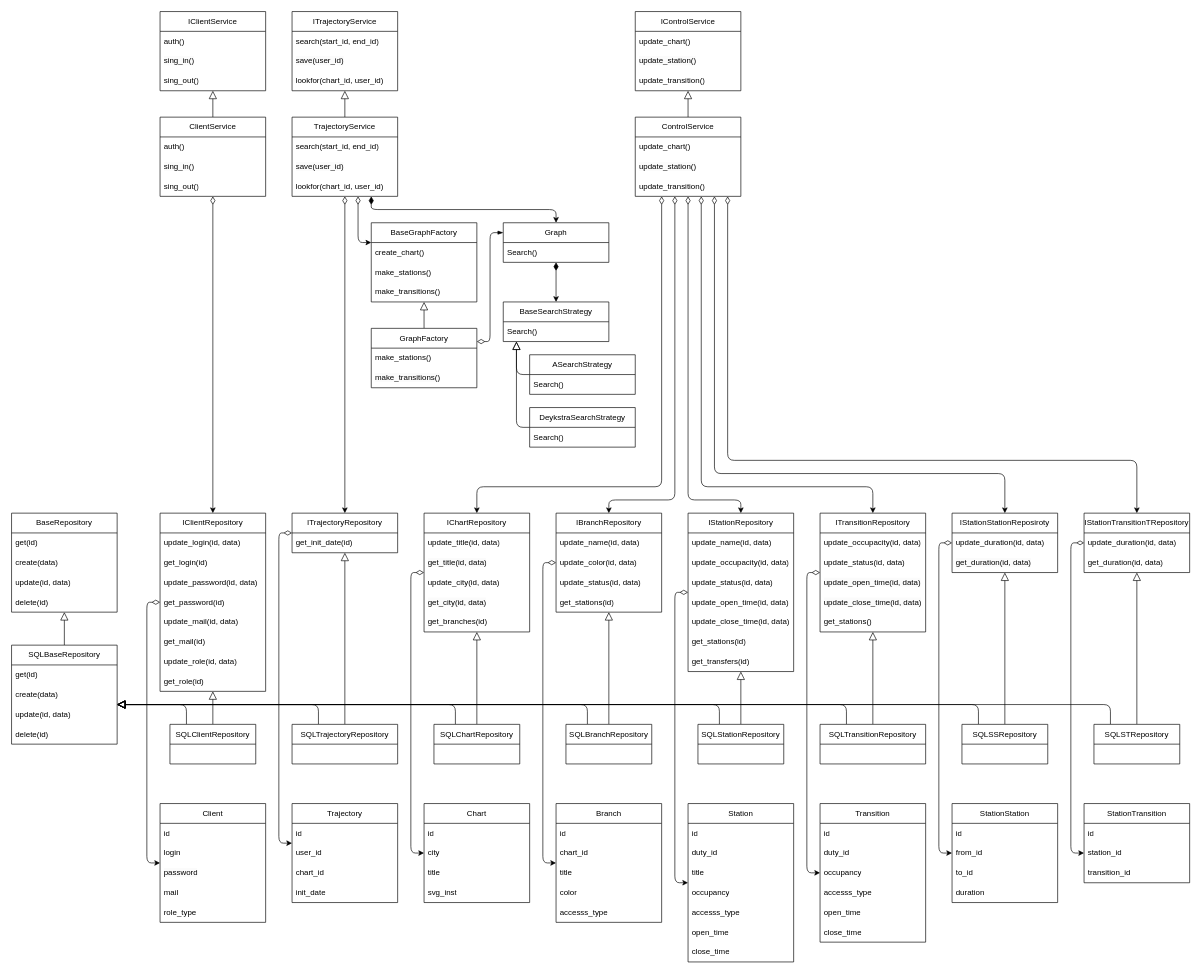
This is charts/UML_BusinessLogic.drawio from Mihyich/PPO, a draw.io file, before an edit. Source tidied: cells renumbered, new cells numbered last; positions are measured from the earlier drawing's top-left corner, leaving out a move shared by most shapes. Both pictures are drawn from the tidied source at 66%, with x=0, y=0 at pixel (11, 11).
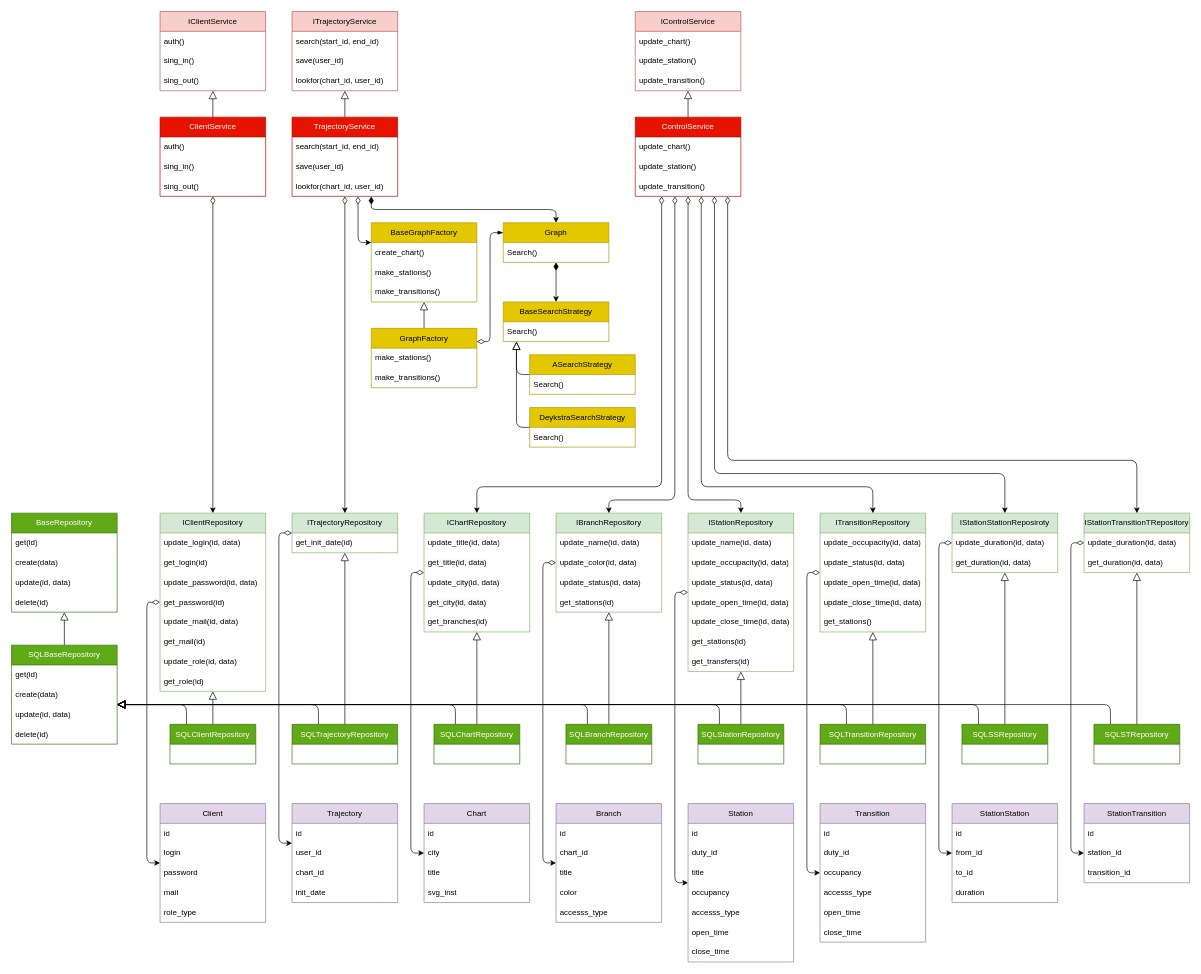
The same page after the edit.

Commit message:
Добавлено выделение цветом uml классов в диаграмме бизнес логики

The edit, as a diff of the source:
```diff
@@
-    <mxCell id="2" value="BaseGraphFactory" style="swimlane;fontStyle=0;horizontal=1;startSize=30;whiteSpace=wrap;html=1;" parent="1" vertex="1">
+    <mxCell id="2" value="BaseGraphFactory" style="swimlane;fontStyle=0;horizontal=1;startSize=30;whiteSpace=wrap;html=1;fillColor=#e3c800;fontColor=#000000;strokeColor=#B09500;" parent="1" vertex="1">
       <mxGeometry x="545" y="320" width="160" height="120" as="geometry" />
     </mxCell>
@@
-    <mxCell id="7" value="GraphFactory" style="swimlane;fontStyle=0;horizontal=1;startSize=30;whiteSpace=wrap;html=1;" parent="1" vertex="1">
+    <mxCell id="7" value="GraphFactory" style="swimlane;fontStyle=0;horizontal=1;startSize=30;whiteSpace=wrap;html=1;fillColor=#e3c800;fontColor=#000000;strokeColor=#B09500;" parent="1" vertex="1">
       <mxGeometry x="545" y="480" width="160" height="90" as="geometry" />
     </mxCell>
@@
-    <mxCell id="11" value="Graph" style="swimlane;fontStyle=0;horizontal=1;startSize=30;whiteSpace=wrap;html=1;" parent="1" vertex="1">
+    <mxCell id="11" value="Graph" style="swimlane;fontStyle=0;horizontal=1;startSize=30;whiteSpace=wrap;html=1;fillColor=#e3c800;fontColor=#000000;strokeColor=#B09500;" parent="1" vertex="1">
       <mxGeometry x="745" y="320" width="160" height="60" as="geometry" />
     </mxCell>
@@
-    <mxCell id="14" value="BaseSearchStrategy" style="swimlane;fontStyle=0;horizontal=1;startSize=30;whiteSpace=wrap;html=1;" parent="1" vertex="1">
+    <mxCell id="14" value="BaseSearchStrategy" style="swimlane;fontStyle=0;horizontal=1;startSize=30;whiteSpace=wrap;html=1;fillColor=#e3c800;fontColor=#000000;strokeColor=#B09500;" parent="1" vertex="1">
       <mxGeometry x="745" y="440" width="160" height="60" as="geometry" />
     </mxCell>
@@
-    <mxCell id="17" value="DeykstraSearchStrategy" style="swimlane;fontStyle=0;horizontal=1;startSize=30;whiteSpace=wrap;html=1;" parent="1" vertex="1">
+    <mxCell id="17" value="DeykstraSearchStrategy" style="swimlane;fontStyle=0;horizontal=1;startSize=30;whiteSpace=wrap;html=1;fillColor=#e3c800;fontColor=#000000;strokeColor=#B09500;" parent="1" vertex="1">
       <mxGeometry x="785" y="600" width="160" height="60" as="geometry" />
     </mxCell>
@@
-    <mxCell id="20" value="ASearchStrategy" style="swimlane;fontStyle=0;horizontal=1;startSize=30;whiteSpace=wrap;html=1;" parent="1" vertex="1">
+    <mxCell id="20" value="ASearchStrategy" style="swimlane;fontStyle=0;horizontal=1;startSize=30;whiteSpace=wrap;html=1;fillColor=#e3c800;fontColor=#000000;strokeColor=#B09500;" parent="1" vertex="1">
       <mxGeometry x="785" y="520" width="160" height="60" as="geometry" />
     </mxCell>
@@
-    <mxCell id="22" value="Client" style="swimlane;fontStyle=0;horizontal=1;startSize=30;whiteSpace=wrap;html=1;" parent="1" vertex="1">
+    <mxCell id="22" value="Client" style="swimlane;fontStyle=0;horizontal=1;startSize=30;whiteSpace=wrap;html=1;fillColor=#e1d5e7;strokeColor=#9673a6;swimlaneFillColor=none;fillStyle=solid;" parent="1" vertex="1">
       <mxGeometry x="225" y="1200" width="160" height="180" as="geometry" />
     </mxCell>
@@
-    <mxCell id="28" value="IClientService" style="swimlane;fontStyle=0;horizontal=1;startSize=30;whiteSpace=wrap;html=1;" parent="1" vertex="1">
+    <mxCell id="28" value="IClientService" style="swimlane;fontStyle=0;horizontal=1;startSize=30;whiteSpace=wrap;html=1;fillColor=#f8cecc;strokeColor=#b85450;" parent="1" vertex="1">
       <mxGeometry x="225" width="160" height="120" as="geometry" />
     </mxCell>
@@
-    <mxCell id="34" value="ClientService" style="swimlane;fontStyle=0;horizontal=1;startSize=30;whiteSpace=wrap;html=1;" parent="1" vertex="1">
+    <mxCell id="34" value="ClientService" style="swimlane;fontStyle=0;horizontal=1;startSize=30;whiteSpace=wrap;html=1;fillColor=#e51400;fontColor=#ffffff;strokeColor=#B20000;" parent="1" vertex="1">
       <mxGeometry x="225" y="160" width="160" height="120" as="geometry" />
     </mxCell>
@@
-    <mxCell id="39" value="SQLBaseRepository" style="swimlane;fontStyle=0;horizontal=1;startSize=30;whiteSpace=wrap;html=1;" parent="1" vertex="1">
+    <mxCell id="39" value="SQLBaseRepository" style="swimlane;fontStyle=0;horizontal=1;startSize=30;whiteSpace=wrap;html=1;fillColor=#60a917;fontColor=#ffffff;strokeColor=#2D7600;" parent="1" vertex="1">
       <mxGeometry y="960" width="160" height="150" as="geometry" />
     </mxCell>
@@
-    <mxCell id="45" value="IClientRepository" style="swimlane;fontStyle=0;horizontal=1;startSize=30;whiteSpace=wrap;html=1;swimlaneFillColor=none;fillStyle=auto;" parent="1" vertex="1">
+    <mxCell id="45" value="IClientRepository" style="swimlane;fontStyle=0;horizontal=1;startSize=30;whiteSpace=wrap;html=1;swimlaneFillColor=none;fillStyle=auto;fillColor=#d5e8d4;strokeColor=#82b366;" parent="1" vertex="1">
       <mxGeometry x="225" y="760" width="160" height="270" as="geometry" />
     </mxCell>
@@
-    <mxCell id="55" value="ITrajectoryRepository" style="swimlane;fontStyle=0;horizontal=1;startSize=30;whiteSpace=wrap;html=1;swimlaneFillColor=none;fillStyle=auto;" parent="1" vertex="1">
+    <mxCell id="55" value="ITrajectoryRepository" style="swimlane;fontStyle=0;horizontal=1;startSize=30;whiteSpace=wrap;html=1;swimlaneFillColor=none;fillStyle=auto;fillColor=#d5e8d4;strokeColor=#82b366;" parent="1" vertex="1">
       <mxGeometry x="425" y="760" width="160" height="60" as="geometry" />
     </mxCell>
@@
-    <mxCell id="58" value="IChartRepository" style="swimlane;fontStyle=0;horizontal=1;startSize=30;whiteSpace=wrap;html=1;swimlaneFillColor=none;fillStyle=auto;" parent="1" vertex="1">
+    <mxCell id="58" value="IChartRepository" style="swimlane;fontStyle=0;horizontal=1;startSize=30;whiteSpace=wrap;html=1;swimlaneFillColor=none;fillStyle=auto;fillColor=#d5e8d4;strokeColor=#82b366;" parent="1" vertex="1">
       <mxGeometry x="625" y="760" width="160" height="180" as="geometry" />
     </mxCell>
@@
-    <mxCell id="65" value="IBranchRepository" style="swimlane;fontStyle=0;horizontal=1;startSize=30;whiteSpace=wrap;html=1;swimlaneFillColor=none;fillStyle=auto;" parent="1" vertex="1">
+    <mxCell id="65" value="IBranchRepository" style="swimlane;fontStyle=0;horizontal=1;startSize=30;whiteSpace=wrap;html=1;swimlaneFillColor=none;fillStyle=auto;fillColor=#d5e8d4;strokeColor=#82b366;" parent="1" vertex="1">
       <mxGeometry x="825" y="760" width="160" height="150" as="geometry" />
     </mxCell>
@@
-    <mxCell id="71" value="IStationRepository" style="swimlane;fontStyle=0;horizontal=1;startSize=30;whiteSpace=wrap;html=1;swimlaneFillColor=none;fillStyle=auto;" parent="1" vertex="1">
+    <mxCell id="71" value="IStationRepository" style="swimlane;fontStyle=0;horizontal=1;startSize=30;whiteSpace=wrap;html=1;swimlaneFillColor=none;fillStyle=auto;fillColor=#d5e8d4;strokeColor=#82b366;" parent="1" vertex="1">
       <mxGeometry x="1025" y="760" width="160" height="240" as="geometry" />
     </mxCell>
@@
-    <mxCell id="80" value="ITransitionRepository" style="swimlane;fontStyle=0;horizontal=1;startSize=30;whiteSpace=wrap;html=1;swimlaneFillColor=none;fillStyle=auto;" parent="1" vertex="1">
+    <mxCell id="80" value="ITransitionRepository" style="swimlane;fontStyle=0;horizontal=1;startSize=30;whiteSpace=wrap;html=1;swimlaneFillColor=none;fillStyle=auto;fillColor=#d5e8d4;strokeColor=#82b366;" parent="1" vertex="1">
       <mxGeometry x="1225" y="760" width="160" height="180" as="geometry" />
     </mxCell>
@@
-    <mxCell id="88" value="SQLClientRepository" style="swimlane;fontStyle=0;horizontal=1;startSize=30;whiteSpace=wrap;html=1;" parent="1" vertex="1">
+    <mxCell id="88" value="SQLClientRepository" style="swimlane;fontStyle=0;horizontal=1;startSize=30;whiteSpace=wrap;html=1;fillColor=#60a917;fontColor=#ffffff;strokeColor=#2D7600;" parent="1" vertex="1">
       <mxGeometry x="240" y="1080" width="130" height="60" as="geometry" />
     </mxCell>
@@
-    <mxCell id="91" value="SQLTrajectoryRepository" style="swimlane;fontStyle=0;horizontal=1;startSize=30;whiteSpace=wrap;html=1;" parent="1" vertex="1">
+    <mxCell id="91" value="SQLTrajectoryRepository" style="swimlane;fontStyle=0;horizontal=1;startSize=30;whiteSpace=wrap;html=1;fillColor=#60a917;fontColor=#ffffff;strokeColor=#2D7600;" parent="1" vertex="1">
       <mxGeometry x="425" y="1080" width="160" height="60" as="geometry" />
     </mxCell>
@@
-    <mxCell id="94" value="SQLChartRepository" style="swimlane;fontStyle=0;horizontal=1;startSize=30;whiteSpace=wrap;html=1;" parent="1" vertex="1">
+    <mxCell id="94" value="SQLChartRepository" style="swimlane;fontStyle=0;horizontal=1;startSize=30;whiteSpace=wrap;html=1;fillColor=#60a917;fontColor=#ffffff;strokeColor=#2D7600;" parent="1" vertex="1">
       <mxGeometry x="640" y="1080" width="130" height="60" as="geometry" />
     </mxCell>
@@
-    <mxCell id="97" value="SQLBranchRepository" style="swimlane;fontStyle=0;horizontal=1;startSize=30;whiteSpace=wrap;html=1;" parent="1" vertex="1">
+    <mxCell id="97" value="SQLBranchRepository" style="swimlane;fontStyle=0;horizontal=1;startSize=30;whiteSpace=wrap;html=1;fillColor=#60a917;fontColor=#ffffff;strokeColor=#2D7600;" parent="1" vertex="1">
       <mxGeometry x="840" y="1080" width="130" height="60" as="geometry" />
     </mxCell>
@@
-    <mxCell id="100" value="SQLStationRepository" style="swimlane;fontStyle=0;horizontal=1;startSize=30;whiteSpace=wrap;html=1;" parent="1" vertex="1">
+    <mxCell id="100" value="SQLStationRepository" style="swimlane;fontStyle=0;horizontal=1;startSize=30;whiteSpace=wrap;html=1;fillColor=#60a917;fontColor=#ffffff;strokeColor=#2D7600;" parent="1" vertex="1">
       <mxGeometry x="1040" y="1080" width="130" height="60" as="geometry" />
     </mxCell>
@@
-    <mxCell id="103" value="SQLTransitionRepository" style="swimlane;fontStyle=0;horizontal=1;startSize=30;whiteSpace=wrap;html=1;" parent="1" vertex="1">
+    <mxCell id="103" value="SQLTransitionRepository" style="swimlane;fontStyle=0;horizontal=1;startSize=30;whiteSpace=wrap;html=1;fillColor=#60a917;fontColor=#ffffff;strokeColor=#2D7600;" parent="1" vertex="1">
       <mxGeometry x="1225" y="1080" width="160" height="60" as="geometry" />
     </mxCell>
-    <mxCell id="104" value="BaseRepository" style="swimlane;fontStyle=0;horizontal=1;startSize=30;whiteSpace=wrap;html=1;" parent="1" vertex="1">
+    <mxCell id="104" value="BaseRepository" style="swimlane;fontStyle=0;horizontal=1;startSize=30;whiteSpace=wrap;html=1;fillColor=#60a917;fontColor=#ffffff;strokeColor=#2D7600;" parent="1" vertex="1">
       <mxGeometry y="760" width="160" height="150" as="geometry" />
     </mxCell>
@@
-    <mxCell id="110" value="IStationStationReposiroty" style="swimlane;fontStyle=0;horizontal=1;startSize=30;whiteSpace=wrap;html=1;swimlaneFillColor=none;fillStyle=auto;" parent="1" vertex="1">
+    <mxCell id="110" value="IStationStationReposiroty" style="swimlane;fontStyle=0;horizontal=1;startSize=30;whiteSpace=wrap;html=1;swimlaneFillColor=none;fillStyle=auto;fillColor=#d5e8d4;strokeColor=#82b366;" parent="1" vertex="1">
       <mxGeometry x="1425" y="760" width="160" height="90" as="geometry" />
     </mxCell>
@@
-    <mxCell id="114" value="IStationTransitionTRepository" style="swimlane;fontStyle=0;horizontal=1;startSize=30;whiteSpace=wrap;html=1;swimlaneFillColor=none;fillStyle=auto;" parent="1" vertex="1">
+    <mxCell id="114" value="IStationTransitionTRepository" style="swimlane;fontStyle=0;horizontal=1;startSize=30;whiteSpace=wrap;html=1;swimlaneFillColor=none;fillStyle=auto;fillColor=#d5e8d4;strokeColor=#82b366;" parent="1" vertex="1">
       <mxGeometry x="1625" y="760" width="160" height="90" as="geometry" />
     </mxCell>
@@
-    <mxCell id="119" value="SQLSSRepository" style="swimlane;fontStyle=0;horizontal=1;startSize=30;whiteSpace=wrap;html=1;" parent="1" vertex="1">
+    <mxCell id="119" value="SQLSSRepository" style="swimlane;fontStyle=0;horizontal=1;startSize=30;whiteSpace=wrap;html=1;fillColor=#60a917;fontColor=#ffffff;strokeColor=#2D7600;" parent="1" vertex="1">
       <mxGeometry x="1440" y="1080" width="130" height="60" as="geometry" />
     </mxCell>
@@
-    <mxCell id="122" value="SQLSTRepository" style="swimlane;fontStyle=0;horizontal=1;startSize=30;whiteSpace=wrap;html=1;" parent="1" vertex="1">
+    <mxCell id="122" value="SQLSTRepository" style="swimlane;fontStyle=0;horizontal=1;startSize=30;whiteSpace=wrap;html=1;fillColor=#60a917;fontColor=#ffffff;strokeColor=#2D7600;" parent="1" vertex="1">
       <mxGeometry x="1640" y="1080" width="130" height="60" as="geometry" />
     </mxCell>
-    <mxCell id="123" value="ITrajectoryService" style="swimlane;fontStyle=0;horizontal=1;startSize=30;whiteSpace=wrap;html=1;" parent="1" vertex="1">
+    <mxCell id="123" value="ITrajectoryService" style="swimlane;fontStyle=0;horizontal=1;startSize=30;whiteSpace=wrap;html=1;fillColor=#f8cecc;strokeColor=#b85450;" parent="1" vertex="1">
       <mxGeometry x="425" width="160" height="120" as="geometry" />
     </mxCell>
@@
-    <mxCell id="131" value="TrajectoryService" style="swimlane;fontStyle=0;horizontal=1;startSize=30;whiteSpace=wrap;html=1;" parent="1" vertex="1">
+    <mxCell id="131" value="TrajectoryService" style="swimlane;fontStyle=0;horizontal=1;startSize=30;whiteSpace=wrap;html=1;fillColor=#e51400;fontColor=#ffffff;strokeColor=#B20000;" parent="1" vertex="1">
       <mxGeometry x="425" y="160" width="160" height="120" as="geometry" />
     </mxCell>
@@
-    <mxCell id="135" value="IControlService" style="swimlane;fontStyle=0;horizontal=1;startSize=30;whiteSpace=wrap;html=1;" parent="1" vertex="1">
+    <mxCell id="135" value="IControlService" style="swimlane;fontStyle=0;horizontal=1;startSize=30;whiteSpace=wrap;html=1;fillColor=#f8cecc;strokeColor=#b85450;" parent="1" vertex="1">
       <mxGeometry x="945" width="160" height="120" as="geometry" />
     </mxCell>
@@
-    <mxCell id="146" value="ControlService" style="swimlane;fontStyle=0;horizontal=1;startSize=30;whiteSpace=wrap;html=1;" parent="1" vertex="1">
+    <mxCell id="146" value="ControlService" style="swimlane;fontStyle=0;horizontal=1;startSize=30;whiteSpace=wrap;html=1;fillColor=#e51400;fontColor=#ffffff;strokeColor=#B20000;" parent="1" vertex="1">
       <mxGeometry x="945" y="160" width="160" height="120" as="geometry" />
     </mxCell>
@@
-    <mxCell id="150" value="Trajectory" style="swimlane;fontStyle=0;horizontal=1;startSize=30;whiteSpace=wrap;html=1;" parent="1" vertex="1">
+    <mxCell id="150" value="Trajectory" style="swimlane;fontStyle=0;horizontal=1;startSize=30;whiteSpace=wrap;html=1;fillColor=#e1d5e7;strokeColor=#9673a6;swimlaneFillColor=none;fillStyle=solid;" parent="1" vertex="1">
       <mxGeometry x="425" y="1200" width="160" height="150" as="geometry" />
     </mxCell>
@@
-    <mxCell id="155" value="Station" style="swimlane;fontStyle=0;horizontal=1;startSize=30;whiteSpace=wrap;html=1;" parent="1" vertex="1">
+    <mxCell id="155" value="Station" style="swimlane;fontStyle=0;horizontal=1;startSize=30;whiteSpace=wrap;html=1;fillColor=#e1d5e7;strokeColor=#9673a6;swimlaneFillColor=none;fillStyle=solid;" parent="1" vertex="1">
       <mxGeometry x="1025" y="1200" width="160" height="240" as="geometry" />
     </mxCell>
@@
-    <mxCell id="163" value="Transition" style="swimlane;fontStyle=0;horizontal=1;startSize=30;whiteSpace=wrap;html=1;" parent="1" vertex="1">
+    <mxCell id="163" value="Transition" style="swimlane;fontStyle=0;horizontal=1;startSize=30;whiteSpace=wrap;html=1;fillColor=#e1d5e7;strokeColor=#9673a6;swimlaneFillColor=none;fillStyle=solid;" parent="1" vertex="1">
       <mxGeometry x="1225" y="1200" width="160" height="210" as="geometry" />
     </mxCell>
@@
-    <mxCell id="170" value="StationStation" style="swimlane;fontStyle=0;horizontal=1;startSize=30;whiteSpace=wrap;html=1;" parent="1" vertex="1">
+    <mxCell id="170" value="StationStation" style="swimlane;fontStyle=0;horizontal=1;startSize=30;whiteSpace=wrap;html=1;fillColor=#e1d5e7;strokeColor=#9673a6;swimlaneFillColor=none;fillStyle=solid;" parent="1" vertex="1">
       <mxGeometry x="1425" y="1200" width="160" height="150" as="geometry" />
     </mxCell>
@@
-    <mxCell id="175" value="StationTransition" style="swimlane;fontStyle=0;horizontal=1;startSize=30;whiteSpace=wrap;html=1;" parent="1" vertex="1">
+    <mxCell id="175" value="StationTransition" style="swimlane;fontStyle=0;horizontal=1;startSize=30;whiteSpace=wrap;html=1;fillColor=#e1d5e7;strokeColor=#9673a6;swimlaneFillColor=none;fillStyle=solid;" parent="1" vertex="1">
       <mxGeometry x="1625" y="1200" width="160" height="120" as="geometry" />
     </mxCell>
@@
-    <mxCell id="179" value="Branch" style="swimlane;fontStyle=0;horizontal=1;startSize=30;whiteSpace=wrap;html=1;" parent="1" vertex="1">
+    <mxCell id="179" value="Branch" style="swimlane;fontStyle=0;horizontal=1;startSize=30;whiteSpace=wrap;html=1;fillColor=#e1d5e7;strokeColor=#9673a6;swimlaneFillColor=none;fillStyle=solid;" parent="1" vertex="1">
       <mxGeometry x="825" y="1200" width="160" height="180" as="geometry" />
     </mxCell>
@@
-    <mxCell id="185" value="Chart" style="swimlane;fontStyle=0;horizontal=1;startSize=30;whiteSpace=wrap;html=1;" parent="1" vertex="1">
+    <mxCell id="185" value="Chart" style="swimlane;fontStyle=0;horizontal=1;startSize=30;whiteSpace=wrap;html=1;fillColor=#e1d5e7;strokeColor=#9673a6;swimlaneFillColor=none;fillStyle=solid;" parent="1" vertex="1">
       <mxGeometry x="625" y="1200" width="160" height="150" as="geometry" />
     </mxCell>
```
